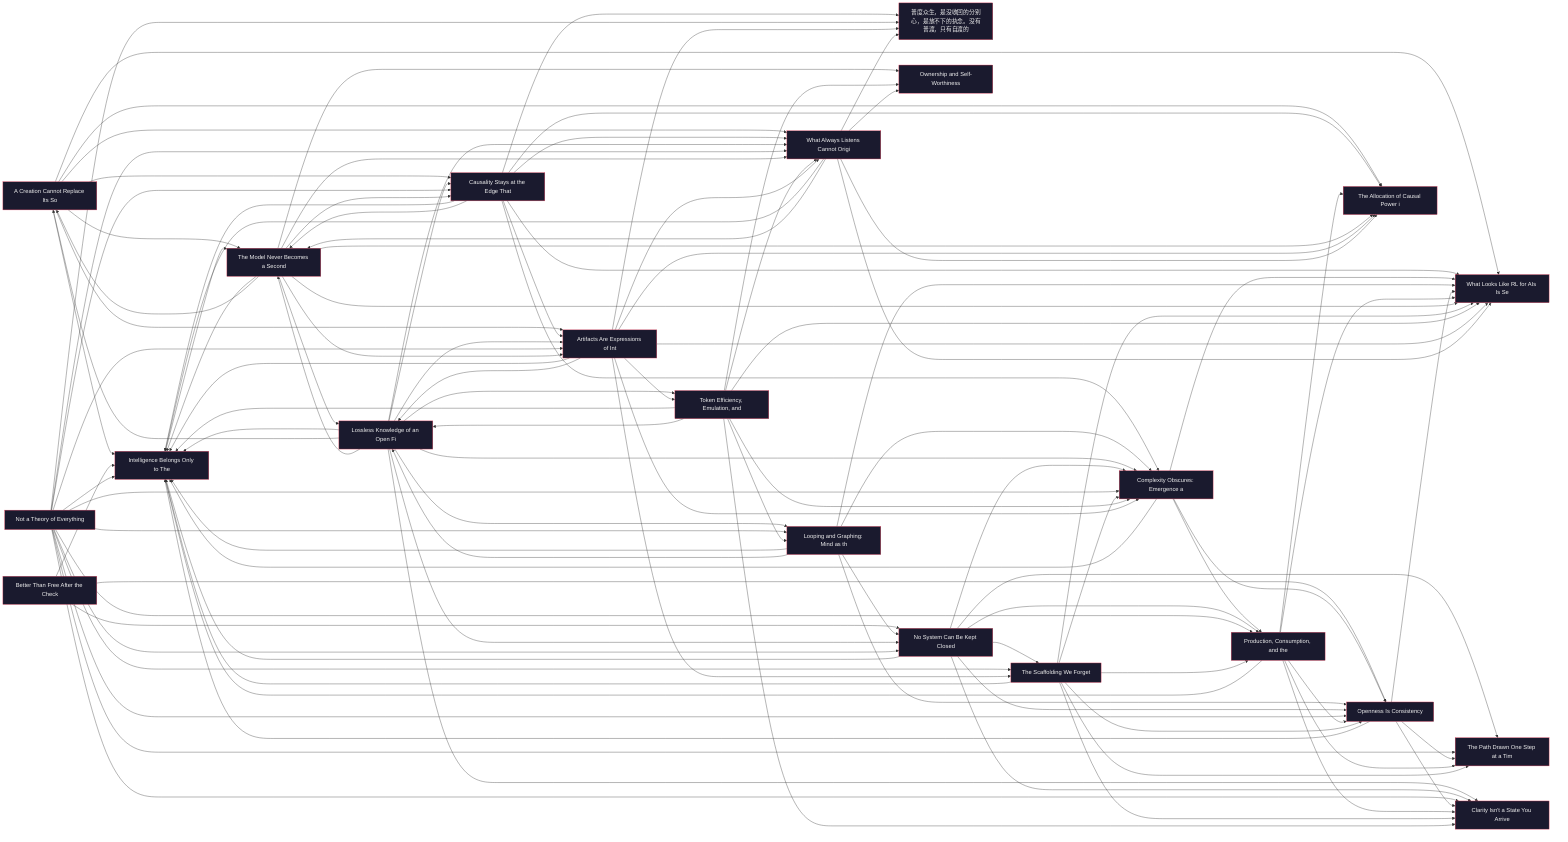
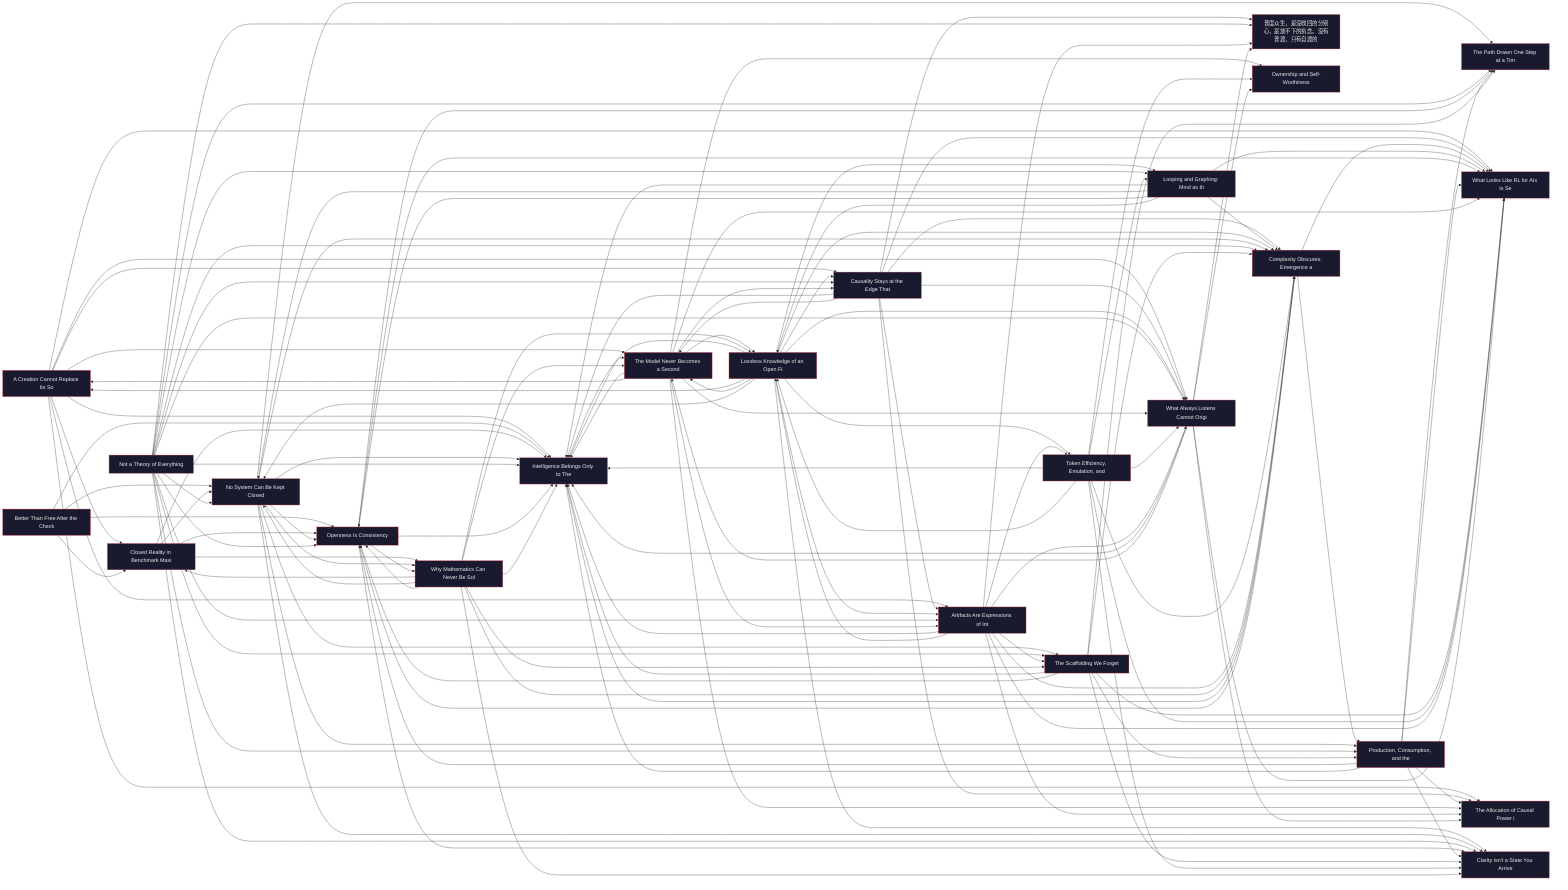
%% Disposable posts lattice — regenerate; do not edit
%% Source of truth: relative cross-links in content/posts/*.md
flowchart LR
  classDef post fill:#1a1a2e,color:#eee,stroke:#e94560
  a_creation_cannot_replace_its_source["A Creation Cannot Replace Its So"]
  class a_creation_cannot_replace_its_source post
  better_than_free_after_the_checklist_closes["Better Than Free After the Check"]
  class better_than_free_after_the_checklist_closes post
  causality_stays_at_the_edge_that_steers["Causality Stays at the Edge That"]
  class causality_stays_at_the_edge_that_steers post
  clarity_isnt_a_state_you_arrive_at["Clarity Isn't a State You Arrive"]
  class clarity_isnt_a_state_you_arrive_at post
+   closed_reality_in_benchmark_maxing["Closed Reality in Benchmark Maxi"]
+   class closed_reality_in_benchmark_maxing post
  complexity_obscures_emergence_as_the_act_of_mind["Complexity Obscures: Emergence a"]
  class complexity_obscures_emergence_as_the_act_of_mind post
  intelligence_belongs_only_to_the_mind["Intelligence Belongs Only to The"]
  class intelligence_belongs_only_to_the_mind post
  looping_and_graphing["Looping and Graphing: Mind as th"]
  class looping_and_graphing post
  lossless_knowledge_of_an_open_field_is_incoherent["Lossless Knowledge of an Open Fi"]
  class lossless_knowledge_of_an_open_field_is_incoherent post
  mei_you_pu_du_zhi_you_zi_du["普度众生，是没收回的分别心，是放不下的执念。没有普渡，只有自渡的"]
  class mei_you_pu_du_zhi_you_zi_du post
  no_system_can_be_kept_closed["No System Can Be Kept Closed"]
  class no_system_can_be_kept_closed post
  not_a_theory_of_everything["Not a Theory of Everything"]
  class not_a_theory_of_everything post
  openness_is_consistency["Openness Is Consistency"]
  class openness_is_consistency post
  ownership_and_self_worthiness["Ownership and Self-Worthiness"]
  class ownership_and_self_worthiness post
  production_consumption_and_the_minds_distinction["Production, Consumption, and the"]
  class production_consumption_and_the_minds_distinction post
  self_rl_for_humans["What Looks Like RL for AIs Is Se"]
  class self_rl_for_humans post
  the_allocation_of_causal_power_in_validation["The Allocation of Causal Power i"]
  class the_allocation_of_causal_power_in_validation post
  the_model_never_becomes_a_second_edge["The Model Never Becomes a Second"]
  class the_model_never_becomes_a_second_edge post
  the_path_drawn_one_step_at_a_time["The Path Drawn One Step at a Tim"]
  class the_path_drawn_one_step_at_a_time post
  the_scaffolding_we_forget["The Scaffolding We Forget"]
  class the_scaffolding_we_forget post
  token_efficiency_emulation_and_the_unclosable_gap["Token Efficiency, Emulation, and"]
  class token_efficiency_emulation_and_the_unclosable_gap post
  two_failures_of_trace["Artifacts Are Expressions of Int"]
  class two_failures_of_trace post
  what_always_listens_cannot_originate["What Always Listens Cannot Origi"]
  class what_always_listens_cannot_originate post
+   why_mathematics_can_never_be_solved["Why Mathematics Can Never Be Sol"]
+   class why_mathematics_can_never_be_solved post
+   a_creation_cannot_replace_its_source --> closed_reality_in_benchmark_maxing
  a_creation_cannot_replace_its_source --> intelligence_belongs_only_to_the_mind
  a_creation_cannot_replace_its_source --> self_rl_for_humans
  a_creation_cannot_replace_its_source --> causality_stays_at_the_edge_that_steers
  a_creation_cannot_replace_its_source --> what_always_listens_cannot_originate
  a_creation_cannot_replace_its_source --> the_model_never_becomes_a_second_edge
  a_creation_cannot_replace_its_source --> two_failures_of_trace
  a_creation_cannot_replace_its_source --> the_allocation_of_causal_power_in_validation
  better_than_free_after_the_checklist_closes --> no_system_can_be_kept_closed
  better_than_free_after_the_checklist_closes --> intelligence_belongs_only_to_the_mind
+   better_than_free_after_the_checklist_closes --> closed_reality_in_benchmark_maxing
  better_than_free_after_the_checklist_closes --> openness_is_consistency
  causality_stays_at_the_edge_that_steers --> what_always_listens_cannot_originate
  causality_stays_at_the_edge_that_steers --> intelligence_belongs_only_to_the_mind
  causality_stays_at_the_edge_that_steers --> self_rl_for_humans
  causality_stays_at_the_edge_that_steers --> two_failures_of_trace
  causality_stays_at_the_edge_that_steers --> mei_you_pu_du_zhi_you_zi_du
  causality_stays_at_the_edge_that_steers --> the_allocation_of_causal_power_in_validation
  causality_stays_at_the_edge_that_steers --> the_model_never_becomes_a_second_edge
  causality_stays_at_the_edge_that_steers --> complexity_obscures_emergence_as_the_act_of_mind
+   closed_reality_in_benchmark_maxing --> no_system_can_be_kept_closed
+   closed_reality_in_benchmark_maxing --> why_mathematics_can_never_be_solved
+   closed_reality_in_benchmark_maxing --> intelligence_belongs_only_to_the_mind
+   closed_reality_in_benchmark_maxing --> openness_is_consistency
  complexity_obscures_emergence_as_the_act_of_mind --> intelligence_belongs_only_to_the_mind
  complexity_obscures_emergence_as_the_act_of_mind --> openness_is_consistency
  complexity_obscures_emergence_as_the_act_of_mind --> production_consumption_and_the_minds_distinction
  complexity_obscures_emergence_as_the_act_of_mind --> self_rl_for_humans
  intelligence_belongs_only_to_the_mind --> the_model_never_becomes_a_second_edge
  looping_and_graphing --> self_rl_for_humans
  looping_and_graphing --> intelligence_belongs_only_to_the_mind
  looping_and_graphing --> complexity_obscures_emergence_as_the_act_of_mind
  looping_and_graphing --> no_system_can_be_kept_closed
  looping_and_graphing --> openness_is_consistency
  looping_and_graphing --> lossless_knowledge_of_an_open_field_is_incoherent
  lossless_knowledge_of_an_open_field_is_incoherent --> intelligence_belongs_only_to_the_mind
  lossless_knowledge_of_an_open_field_is_incoherent --> two_failures_of_trace
  lossless_knowledge_of_an_open_field_is_incoherent --> a_creation_cannot_replace_its_source
  lossless_knowledge_of_an_open_field_is_incoherent --> the_model_never_becomes_a_second_edge
  lossless_knowledge_of_an_open_field_is_incoherent --> what_always_listens_cannot_originate
  lossless_knowledge_of_an_open_field_is_incoherent --> looping_and_graphing
  lossless_knowledge_of_an_open_field_is_incoherent --> no_system_can_be_kept_closed
  lossless_knowledge_of_an_open_field_is_incoherent --> complexity_obscures_emergence_as_the_act_of_mind
  lossless_knowledge_of_an_open_field_is_incoherent --> token_efficiency_emulation_and_the_unclosable_gap
  lossless_knowledge_of_an_open_field_is_incoherent --> causality_stays_at_the_edge_that_steers
  lossless_knowledge_of_an_open_field_is_incoherent --> clarity_isnt_a_state_you_arrive_at
  no_system_can_be_kept_closed --> openness_is_consistency
  no_system_can_be_kept_closed --> intelligence_belongs_only_to_the_mind
  no_system_can_be_kept_closed --> production_consumption_and_the_minds_distinction
  no_system_can_be_kept_closed --> complexity_obscures_emergence_as_the_act_of_mind
  no_system_can_be_kept_closed --> the_path_drawn_one_step_at_a_time
  no_system_can_be_kept_closed --> the_scaffolding_we_forget
  no_system_can_be_kept_closed --> clarity_isnt_a_state_you_arrive_at
+   no_system_can_be_kept_closed --> why_mathematics_can_never_be_solved
  not_a_theory_of_everything --> intelligence_belongs_only_to_the_mind
  not_a_theory_of_everything --> openness_is_consistency
  not_a_theory_of_everything --> the_path_drawn_one_step_at_a_time
  not_a_theory_of_everything --> causality_stays_at_the_edge_that_steers
  not_a_theory_of_everything --> two_failures_of_trace
  not_a_theory_of_everything --> the_scaffolding_we_forget
  not_a_theory_of_everything --> looping_and_graphing
  not_a_theory_of_everything --> production_consumption_and_the_minds_distinction
  not_a_theory_of_everything --> mei_you_pu_du_zhi_you_zi_du
  not_a_theory_of_everything --> clarity_isnt_a_state_you_arrive_at
  not_a_theory_of_everything --> what_always_listens_cannot_originate
  not_a_theory_of_everything --> complexity_obscures_emergence_as_the_act_of_mind
  not_a_theory_of_everything --> no_system_can_be_kept_closed
  openness_is_consistency --> the_path_drawn_one_step_at_a_time
  openness_is_consistency --> intelligence_belongs_only_to_the_mind
  openness_is_consistency --> self_rl_for_humans
  openness_is_consistency --> clarity_isnt_a_state_you_arrive_at
+   openness_is_consistency --> why_mathematics_can_never_be_solved
  production_consumption_and_the_minds_distinction --> openness_is_consistency
  production_consumption_and_the_minds_distinction --> intelligence_belongs_only_to_the_mind
  production_consumption_and_the_minds_distinction --> the_path_drawn_one_step_at_a_time
  production_consumption_and_the_minds_distinction --> the_allocation_of_causal_power_in_validation
  production_consumption_and_the_minds_distinction --> self_rl_for_humans
  production_consumption_and_the_minds_distinction --> clarity_isnt_a_state_you_arrive_at
  the_model_never_becomes_a_second_edge --> intelligence_belongs_only_to_the_mind
  the_model_never_becomes_a_second_edge --> self_rl_for_humans
  the_model_never_becomes_a_second_edge --> lossless_knowledge_of_an_open_field_is_incoherent
  the_model_never_becomes_a_second_edge --> two_failures_of_trace
  the_model_never_becomes_a_second_edge --> what_always_listens_cannot_originate
  the_model_never_becomes_a_second_edge --> causality_stays_at_the_edge_that_steers
  the_model_never_becomes_a_second_edge --> the_allocation_of_causal_power_in_validation
  the_model_never_becomes_a_second_edge --> a_creation_cannot_replace_its_source
  the_model_never_becomes_a_second_edge --> ownership_and_self_worthiness
  the_scaffolding_we_forget --> intelligence_belongs_only_to_the_mind
  the_scaffolding_we_forget --> the_path_drawn_one_step_at_a_time
  the_scaffolding_we_forget --> openness_is_consistency
  the_scaffolding_we_forget --> production_consumption_and_the_minds_distinction
  the_scaffolding_we_forget --> complexity_obscures_emergence_as_the_act_of_mind
  the_scaffolding_we_forget --> clarity_isnt_a_state_you_arrive_at
  the_scaffolding_we_forget --> self_rl_for_humans
  token_efficiency_emulation_and_the_unclosable_gap --> self_rl_for_humans
  token_efficiency_emulation_and_the_unclosable_gap --> ownership_and_self_worthiness
  token_efficiency_emulation_and_the_unclosable_gap --> what_always_listens_cannot_originate
  token_efficiency_emulation_and_the_unclosable_gap --> complexity_obscures_emergence_as_the_act_of_mind
  token_efficiency_emulation_and_the_unclosable_gap --> intelligence_belongs_only_to_the_mind
  token_efficiency_emulation_and_the_unclosable_gap --> looping_and_graphing
  token_efficiency_emulation_and_the_unclosable_gap --> clarity_isnt_a_state_you_arrive_at
  token_efficiency_emulation_and_the_unclosable_gap --> lossless_knowledge_of_an_open_field_is_incoherent
  two_failures_of_trace --> intelligence_belongs_only_to_the_mind
  two_failures_of_trace --> token_efficiency_emulation_and_the_unclosable_gap
  two_failures_of_trace --> the_scaffolding_we_forget
  two_failures_of_trace --> what_always_listens_cannot_originate
  two_failures_of_trace --> mei_you_pu_du_zhi_you_zi_du
  two_failures_of_trace --> the_allocation_of_causal_power_in_validation
  two_failures_of_trace --> self_rl_for_humans
  two_failures_of_trace --> complexity_obscures_emergence_as_the_act_of_mind
  two_failures_of_trace --> lossless_knowledge_of_an_open_field_is_incoherent
  what_always_listens_cannot_originate --> intelligence_belongs_only_to_the_mind
  what_always_listens_cannot_originate --> the_allocation_of_causal_power_in_validation
  what_always_listens_cannot_originate --> ownership_and_self_worthiness
  what_always_listens_cannot_originate --> self_rl_for_humans
  what_always_listens_cannot_originate --> mei_you_pu_du_zhi_you_zi_du
  what_always_listens_cannot_originate --> the_model_never_becomes_a_second_edge
+   why_mathematics_can_never_be_solved --> closed_reality_in_benchmark_maxing
+   why_mathematics_can_never_be_solved --> no_system_can_be_kept_closed
+   why_mathematics_can_never_be_solved --> lossless_knowledge_of_an_open_field_is_incoherent
+   why_mathematics_can_never_be_solved --> openness_is_consistency
+   why_mathematics_can_never_be_solved --> intelligence_belongs_only_to_the_mind
+   why_mathematics_can_never_be_solved --> the_model_never_becomes_a_second_edge
+   why_mathematics_can_never_be_solved --> the_scaffolding_we_forget
+   why_mathematics_can_never_be_solved --> complexity_obscures_emergence_as_the_act_of_mind
+   why_mathematics_can_never_be_solved --> clarity_isnt_a_state_you_arrive_at
